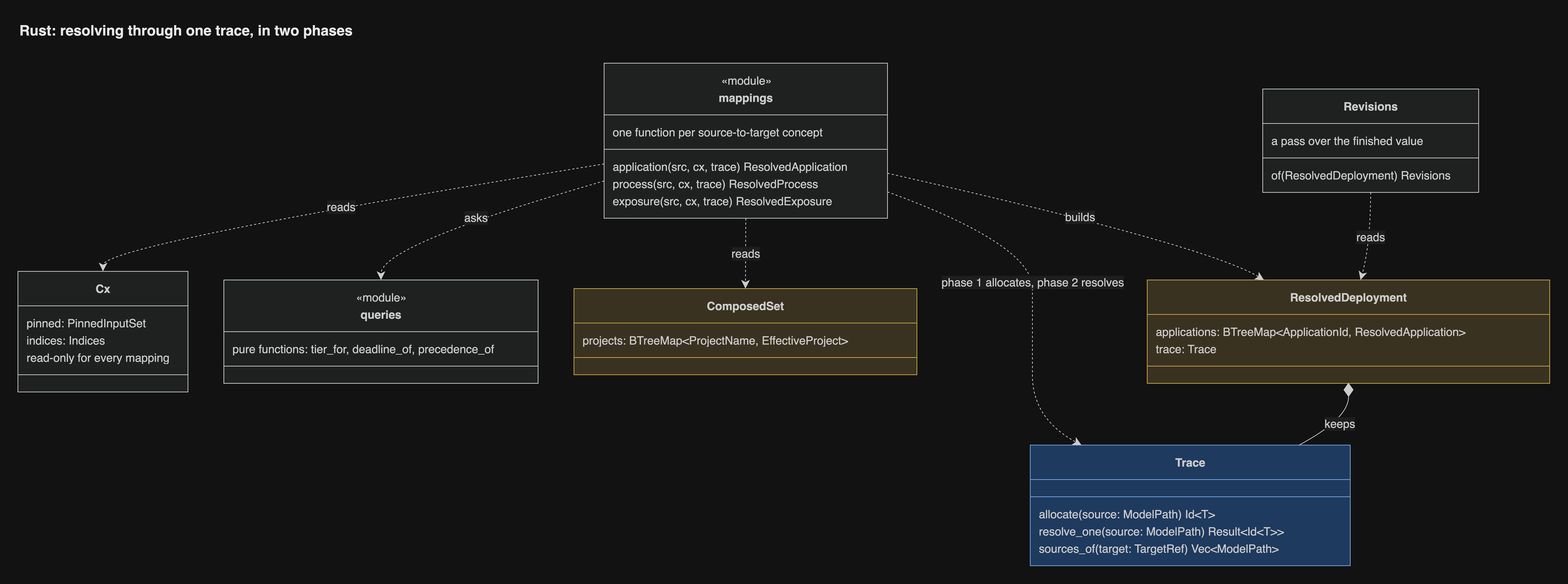
This is docs/diagrams/png/rust-step-resolve.png from JorisJonkers-dev/estate-kit, a draw.io export, as it was before one commit. Source tidied: cells renumbered, new cells last; positions are measured from the earlier drawing's top-left corner, leaving out a move shared by most shapes.
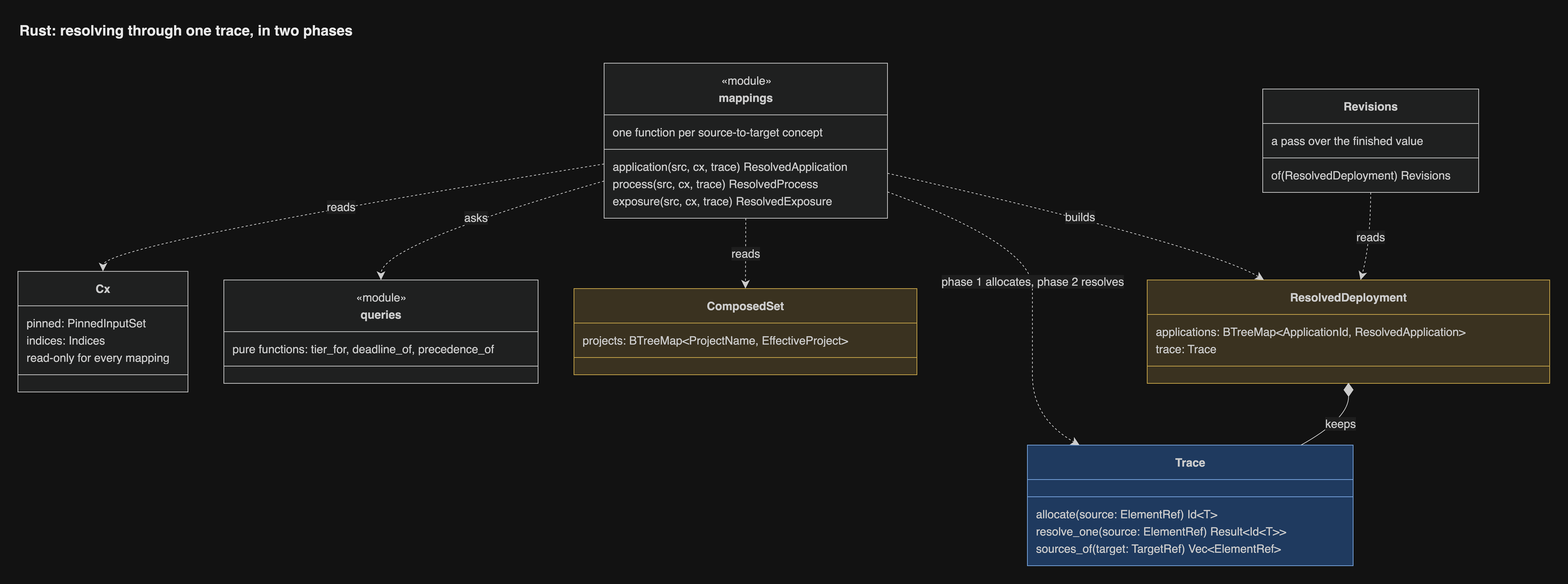
After the commit.

Diff of the diagram source:
```diff
@@ -18,19 +18,19 @@
       <mxGeometry y="132" width="237" height="24" as="geometry" />
     </mxCell>
     <mxCell id="7" value="&lt;b&gt;Trace&lt;/b&gt;" style="swimlane;html=1;fontStyle=1;fontSize=16;align=center;verticalAlign=middle;horizontal=1;startSize=48;swimlaneFillColor=light-dark(#dae8fc,#1f3a5f);whiteSpace=wrap;fillColor=light-dark(#dae8fc,#1f3a5f);strokeColor=light-dark(#6c8ebf,#7aa7e0);fontColor=light-dark(#333333,#cccccc);fontFamily=Helvetica;" parent="1" vertex="1">
-      <mxGeometry x="1411" y="596" width="446" height="168" as="geometry" />
+      <mxGeometry x="1407" y="596" width="454" height="168" as="geometry" />
     </mxCell>
     <mxCell id="8" style="line;strokeWidth=1;fillColor=none;spacingLeft=3;spacingRight=3;strokeColor=inherit;fontFamily=Helvetica;" parent="7" vertex="1">
-      <mxGeometry y="60" width="446" height="24" as="geometry" />
+      <mxGeometry y="60" width="454" height="24" as="geometry" />
     </mxCell>
-    <mxCell id="9" value="allocate(source: ModelPath) Id&lt;T&gt;" style="text;fontSize=16;strokeColor=none;fillColor=none;align=left;verticalAlign=middle;spacingLeft=10;spacingRight=12;spacingBottom=2;overflow=hidden;fontColor=light-dark(#333333,#cccccc);fontFamily=Helvetica;" parent="7" vertex="1">
-      <mxGeometry y="84" width="446" height="24" as="geometry" />
+    <mxCell id="9" value="allocate(source: ElementRef) Id&lt;T&gt;" style="text;fontSize=16;strokeColor=none;fillColor=none;align=left;verticalAlign=middle;spacingLeft=10;spacingRight=12;spacingBottom=2;overflow=hidden;fontColor=light-dark(#333333,#cccccc);fontFamily=Helvetica;" parent="7" vertex="1">
+      <mxGeometry y="84" width="454" height="24" as="geometry" />
     </mxCell>
-    <mxCell id="10" value="resolve_one(source: ModelPath) Result&lt;Id&lt;T&gt;&gt;" style="text;fontSize=16;strokeColor=none;fillColor=none;align=left;verticalAlign=middle;spacingLeft=10;spacingRight=12;spacingBottom=2;overflow=hidden;fontColor=light-dark(#333333,#cccccc);fontFamily=Helvetica;" parent="7" vertex="1">
-      <mxGeometry y="108" width="446" height="24" as="geometry" />
+    <mxCell id="10" value="resolve_one(source: ElementRef) Result&lt;Id&lt;T&gt;&gt;" style="text;fontSize=16;strokeColor=none;fillColor=none;align=left;verticalAlign=middle;spacingLeft=10;spacingRight=12;spacingBottom=2;overflow=hidden;fontColor=light-dark(#333333,#cccccc);fontFamily=Helvetica;" parent="7" vertex="1">
+      <mxGeometry y="108" width="454" height="24" as="geometry" />
     </mxCell>
-    <mxCell id="11" value="sources_of(target: TargetRef) Vec&lt;ModelPath&gt;" style="text;fontSize=16;strokeColor=none;fillColor=none;align=left;verticalAlign=middle;spacingLeft=10;spacingRight=12;spacingBottom=2;overflow=hidden;fontColor=light-dark(#333333,#cccccc);fontFamily=Helvetica;" parent="7" vertex="1">
-      <mxGeometry y="132" width="446" height="24" as="geometry" />
+    <mxCell id="11" value="sources_of(target: TargetRef) Vec&lt;ElementRef&gt;" style="text;fontSize=16;strokeColor=none;fillColor=none;align=left;verticalAlign=middle;spacingLeft=10;spacingRight=12;spacingBottom=2;overflow=hidden;fontColor=light-dark(#333333,#cccccc);fontFamily=Helvetica;" parent="7" vertex="1">
+      <mxGeometry y="132" width="454" height="24" as="geometry" />
     </mxCell>
     <mxCell id="12" value="&lt;b&gt;mappings&lt;/b&gt;" style="swimlane;html=1;fontStyle=1;fontSize=16;align=center;verticalAlign=middle;horizontal=1;startSize=72;swimlaneFillColor=light-dark(#ECECFF,#1f2020);whiteSpace=wrap;spacingTop=24;fillColor=light-dark(#ECECFF,#1f2020);strokeColor=light-dark(#9370DB,#cccccc);fontColor=light-dark(#333333,#cccccc);fontFamily=Helvetica;" parent="1" vertex="1">
       <mxGeometry x="817" y="64" width="395" height="216" as="geometry" />
```
